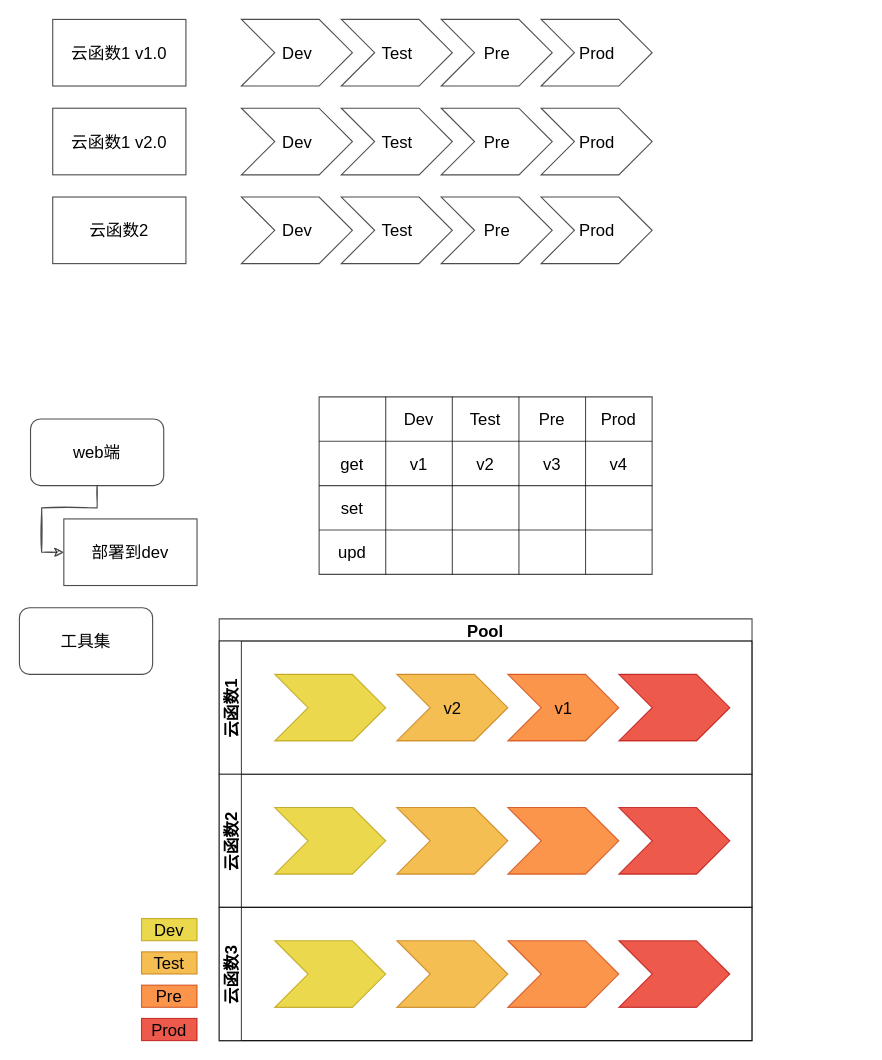
The draw.io diagram page "Page-5" (5 of 5) of Untitled Diagram.drawio in hxchjm/drawio, before the edit. Source tidied: cells renumbered, new cells numbered last; positions are measured from the earlier drawing's top-left corner, leaving out a move shared by most shapes. Both pictures are drawn from the tidied source at 111%, with x=0, y=0 at pixel (19, 19).
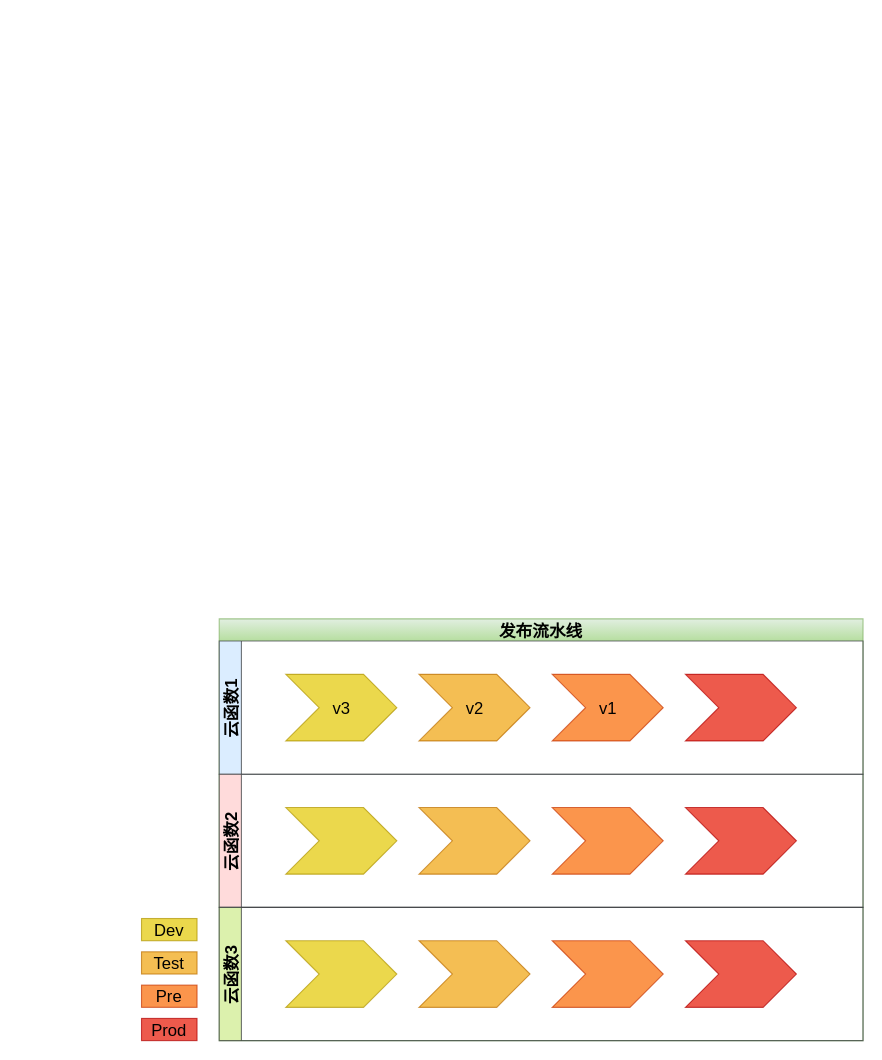
The same diagram, later.

What changed in the source:
```diff
@@
-    <mxCell id="2" value="部署到dev" style="rounded=0;whiteSpace=wrap;html=1;shadow=0;labelBorderColor=none;fontSize=15;fontColor=default;strokeColor=default;strokeWidth=1;fillColor=default;gradientColor=none;opacity=70;" parent="1" vertex="1">
-      <mxGeometry x="40" y="450" width="120" height="60" as="geometry" />
-    </mxCell>
-    <mxCell id="3" style="edgeStyle=orthogonalEdgeStyle;rounded=0;sketch=1;jettySize=auto;html=1;exitX=0.5;exitY=1;exitDx=0;exitDy=0;entryX=0;entryY=0.5;entryDx=0;entryDy=0;shadow=0;fontSize=15;fontColor=default;strokeWidth=1;opacity=70;" parent="1" edge="1" source="4" target="2">
-      <mxGeometry relative="1" as="geometry" />
-    </mxCell>
-    <mxCell id="4" value="web端" style="rounded=1;whiteSpace=wrap;html=1;shadow=0;labelBorderColor=none;fontSize=15;fontColor=default;strokeColor=default;strokeWidth=1;fillColor=default;gradientColor=none;opacity=70;" parent="1" vertex="1">
-      <mxGeometry x="10" y="360" width="120" height="60" as="geometry" />
-    </mxCell>
-    <mxCell id="5" value="工具集" style="rounded=1;whiteSpace=wrap;html=1;shadow=0;labelBorderColor=none;fontSize=15;fontColor=default;strokeColor=default;strokeWidth=1;fillColor=default;gradientColor=none;opacity=70;" parent="1" vertex="1">
-      <mxGeometry y="530" width="120" height="60" as="geometry" />
-    </mxCell>
-    <mxCell id="6" value="Dev" style="html=1;shadow=0;dashed=0;align=center;verticalAlign=middle;shape=mxgraph.arrows2.arrow;dy=0;dx=30;notch=30;labelBorderColor=none;fontSize=15;fontColor=default;strokeColor=default;strokeWidth=1;fillColor=default;gradientColor=none;opacity=70;" parent="1" vertex="1">
-      <mxGeometry x="200" y="80" width="100" height="60" as="geometry" />
-    </mxCell>
-    <mxCell id="7" value="Test" style="html=1;shadow=0;dashed=0;align=center;verticalAlign=middle;shape=mxgraph.arrows2.arrow;dy=0;dx=30;notch=30;labelBorderColor=none;fontSize=15;fontColor=default;strokeColor=default;strokeWidth=1;fillColor=default;gradientColor=none;opacity=70;" parent="1" vertex="1">
-      <mxGeometry x="290" y="80" width="100" height="60" as="geometry" />
-    </mxCell>
-    <mxCell id="8" value="Pre" style="html=1;shadow=0;dashed=0;align=center;verticalAlign=middle;shape=mxgraph.arrows2.arrow;dy=0;dx=30;notch=30;labelBorderColor=none;fontSize=15;fontColor=default;strokeColor=default;strokeWidth=1;fillColor=default;gradientColor=none;opacity=70;" parent="1" vertex="1">
-      <mxGeometry x="380" y="80" width="100" height="60" as="geometry" />
-    </mxCell>
-    <mxCell id="9" value="Prod" style="html=1;shadow=0;dashed=0;align=center;verticalAlign=middle;shape=mxgraph.arrows2.arrow;dy=0;dx=30;notch=30;labelBorderColor=none;fontSize=15;fontColor=default;strokeColor=default;strokeWidth=1;fillColor=default;gradientColor=none;opacity=70;" parent="1" vertex="1">
-      <mxGeometry x="470" y="80" width="100" height="60" as="geometry" />
-    </mxCell>
-    <mxCell id="10" value="云函数1 v2.0" style="rounded=0;whiteSpace=wrap;html=1;shadow=0;labelBorderColor=none;fontSize=15;fontColor=default;strokeColor=default;strokeWidth=1;fillColor=default;gradientColor=none;opacity=70;" parent="1" vertex="1">
-      <mxGeometry x="30" y="80" width="120" height="60" as="geometry" />
-    </mxCell>
-    <mxCell id="11" value="Dev" style="html=1;shadow=0;dashed=0;align=center;verticalAlign=middle;shape=mxgraph.arrows2.arrow;dy=0;dx=30;notch=30;labelBorderColor=none;fontSize=15;fontColor=default;strokeColor=default;strokeWidth=1;fillColor=default;gradientColor=none;opacity=70;" parent="1" vertex="1">
-      <mxGeometry x="200" y="160" width="100" height="60" as="geometry" />
-    </mxCell>
-    <mxCell id="12" value="Test" style="html=1;shadow=0;dashed=0;align=center;verticalAlign=middle;shape=mxgraph.arrows2.arrow;dy=0;dx=30;notch=30;labelBorderColor=none;fontSize=15;fontColor=default;strokeColor=default;strokeWidth=1;fillColor=default;gradientColor=none;opacity=70;" parent="1" vertex="1">
-      <mxGeometry x="290" y="160" width="100" height="60" as="geometry" />
-    </mxCell>
-    <mxCell id="13" value="Pre" style="html=1;shadow=0;dashed=0;align=center;verticalAlign=middle;shape=mxgraph.arrows2.arrow;dy=0;dx=30;notch=30;labelBorderColor=none;fontSize=15;fontColor=default;strokeColor=default;strokeWidth=1;fillColor=default;gradientColor=none;opacity=70;" parent="1" vertex="1">
-      <mxGeometry x="380" y="160" width="100" height="60" as="geometry" />
-    </mxCell>
-    <mxCell id="14" value="Prod" style="html=1;shadow=0;dashed=0;align=center;verticalAlign=middle;shape=mxgraph.arrows2.arrow;dy=0;dx=30;notch=30;labelBorderColor=none;fontSize=15;fontColor=default;strokeColor=default;strokeWidth=1;fillColor=default;gradientColor=none;opacity=70;" parent="1" vertex="1">
-      <mxGeometry x="470" y="160" width="100" height="60" as="geometry" />
-    </mxCell>
-    <mxCell id="15" value="云函数2" style="rounded=0;whiteSpace=wrap;html=1;shadow=0;labelBorderColor=none;fontSize=15;fontColor=default;strokeColor=default;strokeWidth=1;fillColor=default;gradientColor=none;opacity=70;" parent="1" vertex="1">
-      <mxGeometry x="30" y="160" width="120" height="60" as="geometry" />
-    </mxCell>
-    <mxCell id="16" style="shape=table;startSize=0;childLayout=tableLayout;shadow=0;labelBorderColor=none;fontSize=15;fontColor=default;strokeColor=default;strokeWidth=1;fillColor=default;gradientColor=none;opacity=70;" parent="1" vertex="1">
-      <mxGeometry x="270" y="340" width="300" height="160" as="geometry" />
-    </mxCell>
-    <mxCell id="17" style="shape=tableRow;horizontal=0;startSize=0;swimlaneHead=0;swimlaneBody=0;top=0;left=0;bottom=0;right=0;fillColor=none;shadow=0;labelBorderColor=none;fontSize=15;fontColor=default;strokeColor=default;strokeWidth=1;opacity=70;" parent="16" vertex="1">
-      <mxGeometry width="300" height="40" as="geometry" />
-    </mxCell>
-    <mxCell id="18" style="shape=partialRectangle;html=1;whiteSpace=wrap;overflow=hidden;fillColor=none;top=0;left=0;bottom=0;right=0;shadow=0;labelBorderColor=none;fontSize=15;fontColor=default;strokeColor=default;strokeWidth=1;opacity=70;" parent="17" vertex="1">
-      <mxGeometry width="60" height="40" as="geometry" />
-    </mxCell>
-    <mxCell id="19" value="Dev" style="shape=partialRectangle;html=1;whiteSpace=wrap;overflow=hidden;fillColor=none;top=0;left=0;bottom=0;right=0;shadow=0;labelBorderColor=none;fontSize=15;fontColor=default;strokeColor=default;strokeWidth=1;opacity=70;" parent="17" vertex="1">
-      <mxGeometry x="60" width="60" height="40" as="geometry" />
-    </mxCell>
-    <mxCell id="20" value="Test" style="shape=partialRectangle;html=1;whiteSpace=wrap;overflow=hidden;fillColor=none;top=0;left=0;bottom=0;right=0;shadow=0;labelBorderColor=none;fontSize=15;fontColor=default;strokeColor=default;strokeWidth=1;opacity=70;" parent="17" vertex="1">
-      <mxGeometry x="120" width="60" height="40" as="geometry" />
-    </mxCell>
-    <mxCell id="21" value="Pre" style="shape=partialRectangle;html=1;whiteSpace=wrap;overflow=hidden;fillColor=none;top=0;left=0;bottom=0;right=0;shadow=0;labelBorderColor=none;fontSize=15;fontColor=default;strokeColor=default;strokeWidth=1;opacity=70;" parent="17" vertex="1">
-      <mxGeometry x="180" width="60" height="40" as="geometry" />
-    </mxCell>
-    <mxCell id="22" value="Prod" style="shape=partialRectangle;html=1;whiteSpace=wrap;overflow=hidden;fillColor=none;top=0;left=0;bottom=0;right=0;shadow=0;labelBorderColor=none;fontSize=15;fontColor=default;strokeColor=default;strokeWidth=1;opacity=70;" parent="17" vertex="1">
-      <mxGeometry x="240" width="60" height="40" as="geometry" />
-    </mxCell>
-    <mxCell id="23" style="shape=tableRow;horizontal=0;startSize=0;swimlaneHead=0;swimlaneBody=0;top=0;left=0;bottom=0;right=0;fillColor=none;shadow=0;labelBorderColor=none;fontSize=15;fontColor=default;strokeColor=default;strokeWidth=1;opacity=70;" parent="16" vertex="1">
-      <mxGeometry y="40" width="300" height="40" as="geometry" />
-    </mxCell>
-    <mxCell id="24" value="get" style="shape=partialRectangle;html=1;whiteSpace=wrap;overflow=hidden;fillColor=none;top=0;left=0;bottom=0;right=0;shadow=0;labelBorderColor=none;fontSize=15;fontColor=default;strokeColor=default;strokeWidth=1;opacity=70;" parent="23" vertex="1">
-      <mxGeometry width="60" height="40" as="geometry" />
-    </mxCell>
-    <mxCell id="25" value="v1" style="shape=partialRectangle;html=1;whiteSpace=wrap;overflow=hidden;fillColor=none;top=0;left=0;bottom=0;right=0;shadow=0;labelBorderColor=none;fontSize=15;fontColor=default;strokeColor=default;strokeWidth=1;opacity=70;" parent="23" vertex="1">
-      <mxGeometry x="60" width="60" height="40" as="geometry" />
-    </mxCell>
-    <mxCell id="26" value="v2" style="shape=partialRectangle;html=1;whiteSpace=wrap;overflow=hidden;fillColor=none;top=0;left=0;bottom=0;right=0;shadow=0;labelBorderColor=none;fontSize=15;fontColor=default;strokeColor=default;strokeWidth=1;opacity=70;" parent="23" vertex="1">
-      <mxGeometry x="120" width="60" height="40" as="geometry" />
-    </mxCell>
-    <mxCell id="27" value="v3" style="shape=partialRectangle;html=1;whiteSpace=wrap;overflow=hidden;fillColor=none;top=0;left=0;bottom=0;right=0;shadow=0;labelBorderColor=none;fontSize=15;fontColor=default;strokeColor=default;strokeWidth=1;opacity=70;" parent="23" vertex="1">
-      <mxGeometry x="180" width="60" height="40" as="geometry" />
-    </mxCell>
-    <mxCell id="28" value="v4" style="shape=partialRectangle;html=1;whiteSpace=wrap;overflow=hidden;fillColor=none;top=0;left=0;bottom=0;right=0;shadow=0;labelBorderColor=none;fontSize=15;fontColor=default;strokeColor=default;strokeWidth=1;opacity=70;" parent="23" vertex="1">
-      <mxGeometry x="240" width="60" height="40" as="geometry" />
-    </mxCell>
-    <mxCell id="29" style="shape=tableRow;horizontal=0;startSize=0;swimlaneHead=0;swimlaneBody=0;top=0;left=0;bottom=0;right=0;fillColor=none;shadow=0;labelBorderColor=none;fontSize=15;fontColor=default;strokeColor=default;strokeWidth=1;opacity=70;" parent="16" vertex="1">
-      <mxGeometry y="80" width="300" height="40" as="geometry" />
-    </mxCell>
-    <mxCell id="30" value="set" style="shape=partialRectangle;html=1;whiteSpace=wrap;overflow=hidden;fillColor=none;top=0;left=0;bottom=0;right=0;shadow=0;labelBorderColor=none;fontSize=15;fontColor=default;strokeColor=default;strokeWidth=1;opacity=70;" parent="29" vertex="1">
-      <mxGeometry width="60" height="40" as="geometry" />
-    </mxCell>
-    <mxCell id="31" style="shape=partialRectangle;html=1;whiteSpace=wrap;overflow=hidden;fillColor=none;top=0;left=0;bottom=0;right=0;shadow=0;labelBorderColor=none;fontSize=15;fontColor=default;strokeColor=default;strokeWidth=1;opacity=70;" parent="29" vertex="1">
-      <mxGeometry x="60" width="60" height="40" as="geometry" />
-    </mxCell>
-    <mxCell id="32" style="shape=partialRectangle;html=1;whiteSpace=wrap;overflow=hidden;fillColor=none;top=0;left=0;bottom=0;right=0;shadow=0;labelBorderColor=none;fontSize=15;fontColor=default;strokeColor=default;strokeWidth=1;opacity=70;" parent="29" vertex="1">
-      <mxGeometry x="120" width="60" height="40" as="geometry" />
-    </mxCell>
-    <mxCell id="33" style="shape=partialRectangle;html=1;whiteSpace=wrap;overflow=hidden;fillColor=none;top=0;left=0;bottom=0;right=0;shadow=0;labelBorderColor=none;fontSize=15;fontColor=default;strokeColor=default;strokeWidth=1;opacity=70;" parent="29" vertex="1">
-      <mxGeometry x="180" width="60" height="40" as="geometry" />
-    </mxCell>
-    <mxCell id="34" style="shape=partialRectangle;html=1;whiteSpace=wrap;overflow=hidden;fillColor=none;top=0;left=0;bottom=0;right=0;shadow=0;labelBorderColor=none;fontSize=15;fontColor=default;strokeColor=default;strokeWidth=1;opacity=70;" parent="29" vertex="1">
-      <mxGeometry x="240" width="60" height="40" as="geometry" />
-    </mxCell>
-    <mxCell id="35" style="shape=tableRow;horizontal=0;startSize=0;swimlaneHead=0;swimlaneBody=0;top=0;left=0;bottom=0;right=0;fillColor=none;shadow=0;labelBorderColor=none;fontSize=15;fontColor=default;strokeColor=default;strokeWidth=1;opacity=70;" parent="16" vertex="1">
-      <mxGeometry y="120" width="300" height="40" as="geometry" />
-    </mxCell>
-    <mxCell id="36" value="upd" style="shape=partialRectangle;html=1;whiteSpace=wrap;overflow=hidden;fillColor=none;top=0;left=0;bottom=0;right=0;shadow=0;labelBorderColor=none;fontSize=15;fontColor=default;strokeColor=default;strokeWidth=1;opacity=70;" parent="35" vertex="1">
-      <mxGeometry width="60" height="40" as="geometry" />
-    </mxCell>
-    <mxCell id="37" style="shape=partialRectangle;html=1;whiteSpace=wrap;overflow=hidden;fillColor=none;top=0;left=0;bottom=0;right=0;shadow=0;labelBorderColor=none;fontSize=15;fontColor=default;strokeColor=default;strokeWidth=1;opacity=70;" parent="35" vertex="1">
-      <mxGeometry x="60" width="60" height="40" as="geometry" />
-    </mxCell>
-    <mxCell id="38" style="shape=partialRectangle;html=1;whiteSpace=wrap;overflow=hidden;fillColor=none;top=0;left=0;bottom=0;right=0;shadow=0;labelBorderColor=none;fontSize=15;fontColor=default;strokeColor=default;strokeWidth=1;opacity=70;" parent="35" vertex="1">
-      <mxGeometry x="120" width="60" height="40" as="geometry" />
-    </mxCell>
-    <mxCell id="39" style="shape=partialRectangle;html=1;whiteSpace=wrap;overflow=hidden;fillColor=none;top=0;left=0;bottom=0;right=0;shadow=0;labelBorderColor=none;fontSize=15;fontColor=default;strokeColor=default;strokeWidth=1;opacity=70;" parent="35" vertex="1">
-      <mxGeometry x="180" width="60" height="40" as="geometry" />
-    </mxCell>
-    <mxCell id="40" style="shape=partialRectangle;html=1;whiteSpace=wrap;overflow=hidden;fillColor=none;top=0;left=0;bottom=0;right=0;shadow=0;labelBorderColor=none;fontSize=15;fontColor=default;strokeColor=default;strokeWidth=1;opacity=70;" parent="35" vertex="1">
-      <mxGeometry x="240" width="60" height="40" as="geometry" />
-    </mxCell>
-    <mxCell id="41" value="Dev" style="html=1;shadow=0;dashed=0;align=center;verticalAlign=middle;shape=mxgraph.arrows2.arrow;dy=0;dx=30;notch=30;labelBorderColor=none;fontSize=15;fontColor=default;strokeColor=default;strokeWidth=1;fillColor=default;gradientColor=none;opacity=70;" parent="1" vertex="1">
-      <mxGeometry x="200" width="100" height="60" as="geometry" />
-    </mxCell>
-    <mxCell id="42" value="Test" style="html=1;shadow=0;dashed=0;align=center;verticalAlign=middle;shape=mxgraph.arrows2.arrow;dy=0;dx=30;notch=30;labelBorderColor=none;fontSize=15;fontColor=default;strokeColor=default;strokeWidth=1;fillColor=default;gradientColor=none;opacity=70;" parent="1" vertex="1">
-      <mxGeometry x="290" width="100" height="60" as="geometry" />
-    </mxCell>
-    <mxCell id="43" value="Pre" style="html=1;shadow=0;dashed=0;align=center;verticalAlign=middle;shape=mxgraph.arrows2.arrow;dy=0;dx=30;notch=30;labelBorderColor=none;fontSize=15;fontColor=default;strokeColor=default;strokeWidth=1;fillColor=default;gradientColor=none;opacity=70;" parent="1" vertex="1">
-      <mxGeometry x="380" width="100" height="60" as="geometry" />
-    </mxCell>
-    <mxCell id="44" value="Prod" style="html=1;shadow=0;dashed=0;align=center;verticalAlign=middle;shape=mxgraph.arrows2.arrow;dy=0;dx=30;notch=30;labelBorderColor=none;fontSize=15;fontColor=default;strokeColor=default;strokeWidth=1;fillColor=default;gradientColor=none;opacity=70;" parent="1" vertex="1">
-      <mxGeometry x="470" width="100" height="60" as="geometry" />
-    </mxCell>
-    <mxCell id="45" value="云函数1 v1.0" style="rounded=0;whiteSpace=wrap;html=1;shadow=0;labelBorderColor=none;fontSize=15;fontColor=default;strokeColor=default;strokeWidth=1;fillColor=default;gradientColor=none;opacity=70;" parent="1" vertex="1">
-      <mxGeometry x="30" width="120" height="60" as="geometry" />
-    </mxCell>
-    <mxCell id="46" value="Pool" style="swimlane;horizontal=1;startSize=20;shadow=0;labelBorderColor=none;sketch=0;fontSize=15;fontColor=default;strokeColor=default;strokeWidth=1;fillColor=default;gradientColor=none;opacity=70;" parent="1" vertex="1">
-      <mxGeometry x="180" y="540" width="480" height="380" as="geometry" />
+    <mxCell id="46" value="发布流水线" style="swimlane;horizontal=1;startSize=20;shadow=0;labelBorderColor=none;sketch=0;fontSize=15;strokeColor=#82b366;strokeWidth=1;fillColor=#d5e8d4;opacity=70;gradientColor=#97d077;swimlaneLine=0;" parent="1" vertex="1">
+      <mxGeometry x="180" y="540" width="580" height="380" as="geometry" />
     </mxCell>
-    <mxCell id="47" value="云函数1" style="swimlane;startSize=20;horizontal=0;shadow=0;labelBorderColor=none;sketch=0;fontSize=15;fontColor=default;strokeColor=default;strokeWidth=1;fillColor=default;gradientColor=none;opacity=70;" parent="46" vertex="1">
-      <mxGeometry y="20" width="480" height="120" as="geometry" />
+    <mxCell id="47" value="云函数1" style="swimlane;startSize=20;horizontal=0;shadow=0;labelBorderColor=none;sketch=0;fontSize=15;strokeColor=#36393d;strokeWidth=1;fillColor=#cce5ff;opacity=70;" parent="46" vertex="1">
+      <mxGeometry y="20" width="580" height="120" as="geometry" />
     </mxCell>
-    <mxCell id="48" style="html=1;shadow=0;dashed=0;align=center;verticalAlign=middle;shape=mxgraph.arrows2.arrow;dy=0;dx=30;notch=30;labelBorderColor=none;fontSize=15;strokeColor=#B09500;strokeWidth=1;fillColor=#e3c800;opacity=70;fontColor=#000000;" parent="47" vertex="1">
-      <mxGeometry x="50" y="30" width="100" height="60" as="geometry" />
+    <mxCell id="48" value="v3" style="html=1;shadow=0;dashed=0;align=center;verticalAlign=middle;shape=mxgraph.arrows2.arrow;dy=0;dx=30;notch=30;labelBorderColor=none;fontSize=15;strokeColor=#B09500;strokeWidth=1;fillColor=#e3c800;opacity=70;fontColor=#000000;" parent="47" vertex="1">
+      <mxGeometry x="60" y="30" width="100" height="60" as="geometry" />
     </mxCell>
     <mxCell id="49" value="v2" style="html=1;shadow=0;dashed=0;align=center;verticalAlign=middle;shape=mxgraph.arrows2.arrow;dy=0;dx=30;notch=30;labelBorderColor=none;fontSize=15;strokeColor=#BD7000;strokeWidth=1;fillColor=#f0a30a;opacity=70;fontColor=#000000;" parent="47" vertex="1">
-      <mxGeometry x="160" y="30" width="100" height="60" as="geometry" />
+      <mxGeometry x="180" y="30" width="100" height="60" as="geometry" />
     </mxCell>
     <mxCell id="50" value="v1" style="html=1;shadow=0;dashed=0;align=center;verticalAlign=middle;shape=mxgraph.arrows2.arrow;dy=0;dx=30;notch=30;labelBorderColor=none;fontSize=15;strokeColor=#C73500;strokeWidth=1;fillColor=#fa6800;opacity=70;fontColor=#000000;" parent="47" vertex="1">
-      <mxGeometry x="260" y="30" width="100" height="60" as="geometry" />
+      <mxGeometry x="300" y="30" width="100" height="60" as="geometry" />
     </mxCell>
     <mxCell id="51" style="html=1;shadow=0;dashed=0;align=center;verticalAlign=middle;shape=mxgraph.arrows2.arrow;dy=0;dx=30;notch=30;labelBorderColor=none;fontSize=15;strokeColor=#B20000;strokeWidth=1;fillColor=#e51400;opacity=70;fontColor=#ffffff;" parent="47" vertex="1">
-      <mxGeometry x="360" y="30" width="100" height="60" as="geometry" />
+      <mxGeometry x="420" y="30" width="100" height="60" as="geometry" />
     </mxCell>
-    <mxCell id="52" value="云函数2" style="swimlane;startSize=20;horizontal=0;shadow=0;labelBorderColor=none;sketch=0;fontSize=15;fontColor=default;strokeColor=default;strokeWidth=1;fillColor=default;gradientColor=none;opacity=70;" parent="46" vertex="1">
-      <mxGeometry y="140" width="480" height="120" as="geometry" />
+    <mxCell id="52" value="云函数2" style="swimlane;startSize=20;horizontal=0;shadow=0;labelBorderColor=none;sketch=0;fontSize=15;strokeColor=#36393d;strokeWidth=1;fillColor=#ffcccc;opacity=70;" parent="46" vertex="1">
+      <mxGeometry y="140" width="580" height="120" as="geometry" />
     </mxCell>
     <mxCell id="53" style="html=1;shadow=0;dashed=0;align=center;verticalAlign=middle;shape=mxgraph.arrows2.arrow;dy=0;dx=30;notch=30;labelBorderColor=none;fontSize=15;strokeColor=#B09500;strokeWidth=1;fillColor=#e3c800;opacity=70;fontColor=#000000;" parent="52" vertex="1">
-      <mxGeometry x="50" y="30" width="100" height="60" as="geometry" />
+      <mxGeometry x="60" y="30" width="100" height="60" as="geometry" />
     </mxCell>
     <mxCell id="54" style="html=1;shadow=0;dashed=0;align=center;verticalAlign=middle;shape=mxgraph.arrows2.arrow;dy=0;dx=30;notch=30;labelBorderColor=none;fontSize=15;strokeColor=#BD7000;strokeWidth=1;fillColor=#f0a30a;opacity=70;fontColor=#000000;" parent="52" vertex="1">
-      <mxGeometry x="160" y="30" width="100" height="60" as="geometry" />
+      <mxGeometry x="180" y="30" width="100" height="60" as="geometry" />
     </mxCell>
     <mxCell id="55" style="html=1;shadow=0;dashed=0;align=center;verticalAlign=middle;shape=mxgraph.arrows2.arrow;dy=0;dx=30;notch=30;labelBorderColor=none;fontSize=15;strokeColor=#C73500;strokeWidth=1;fillColor=#fa6800;opacity=70;fontColor=#000000;" parent="52" vertex="1">
-      <mxGeometry x="260" y="30" width="100" height="60" as="geometry" />
+      <mxGeometry x="300" y="30" width="100" height="60" as="geometry" />
     </mxCell>
     <mxCell id="56" style="html=1;shadow=0;dashed=0;align=center;verticalAlign=middle;shape=mxgraph.arrows2.arrow;dy=0;dx=30;notch=30;labelBorderColor=none;fontSize=15;strokeColor=#B20000;strokeWidth=1;fillColor=#e51400;opacity=70;fontColor=#ffffff;" parent="52" vertex="1">
-      <mxGeometry x="360" y="30" width="100" height="60" as="geometry" />
+      <mxGeometry x="420" y="30" width="100" height="60" as="geometry" />
     </mxCell>
-    <mxCell id="57" value="云函数3" style="swimlane;startSize=20;horizontal=0;shadow=0;labelBorderColor=none;sketch=0;fontSize=15;fontColor=default;strokeColor=default;strokeWidth=1;fillColor=default;gradientColor=none;opacity=70;" parent="46" vertex="1">
-      <mxGeometry y="260" width="480" height="120" as="geometry" />
+    <mxCell id="57" value="云函数3" style="swimlane;startSize=20;horizontal=0;shadow=0;labelBorderColor=none;sketch=0;fontSize=15;strokeColor=#36393d;strokeWidth=1;fillColor=#cdeb8b;opacity=70;" parent="46" vertex="1">
+      <mxGeometry y="260" width="580" height="120" as="geometry" />
     </mxCell>
     <mxCell id="58" style="html=1;shadow=0;dashed=0;align=center;verticalAlign=middle;shape=mxgraph.arrows2.arrow;dy=0;dx=30;notch=30;labelBorderColor=none;fontSize=15;strokeColor=#B09500;strokeWidth=1;fillColor=#e3c800;opacity=70;fontColor=#000000;" parent="57" vertex="1">
-      <mxGeometry x="50" y="30" width="100" height="60" as="geometry" />
+      <mxGeometry x="60" y="30" width="100" height="60" as="geometry" />
     </mxCell>
     <mxCell id="59" style="html=1;shadow=0;dashed=0;align=center;verticalAlign=middle;shape=mxgraph.arrows2.arrow;dy=0;dx=30;notch=30;labelBorderColor=none;fontSize=15;strokeColor=#BD7000;strokeWidth=1;fillColor=#f0a30a;opacity=70;fontColor=#000000;" parent="57" vertex="1">
-      <mxGeometry x="160" y="30" width="100" height="60" as="geometry" />
+      <mxGeometry x="180" y="30" width="100" height="60" as="geometry" />
     </mxCell>
     <mxCell id="60" style="html=1;shadow=0;dashed=0;align=center;verticalAlign=middle;shape=mxgraph.arrows2.arrow;dy=0;dx=30;notch=30;labelBorderColor=none;fontSize=15;strokeColor=#C73500;strokeWidth=1;fillColor=#fa6800;opacity=70;fontColor=#000000;" parent="57" vertex="1">
-      <mxGeometry x="260" y="30" width="100" height="60" as="geometry" />
+      <mxGeometry x="300" y="30" width="100" height="60" as="geometry" />
     </mxCell>
     <mxCell id="61" style="html=1;shadow=0;dashed=0;align=center;verticalAlign=middle;shape=mxgraph.arrows2.arrow;dy=0;dx=30;notch=30;labelBorderColor=none;fontSize=15;strokeColor=#B20000;strokeWidth=1;fillColor=#e51400;opacity=70;fontColor=#ffffff;" parent="57" vertex="1">
-      <mxGeometry x="360" y="30" width="100" height="60" as="geometry" />
+      <mxGeometry x="420" y="30" width="100" height="60" as="geometry" />
     </mxCell>
```
